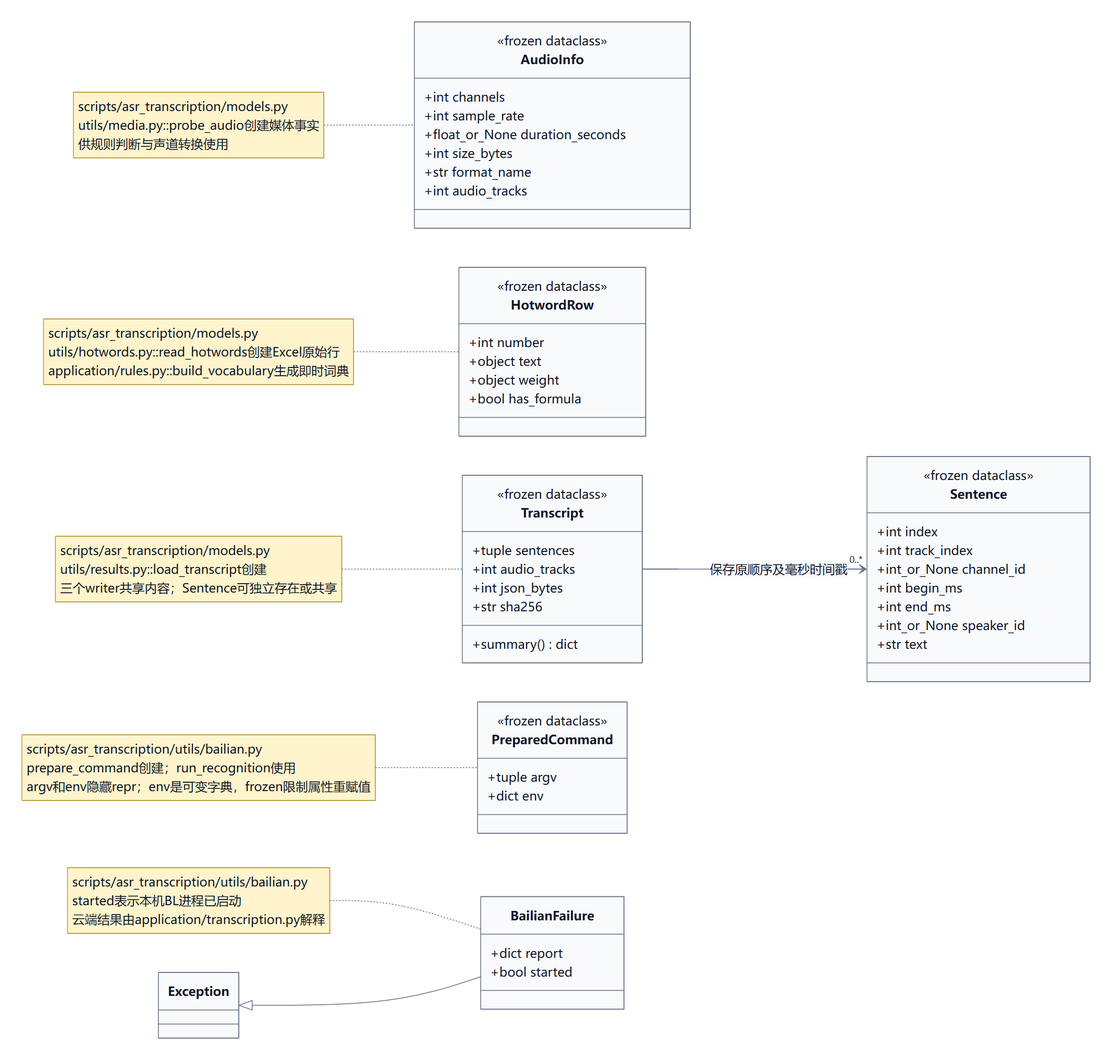
This is doc/uml/01b-data.png from hx101700/asr-agent, a Mermaid export, as it was before one commit. Its source is kept beside it as doc/uml/01b-data.mmd.
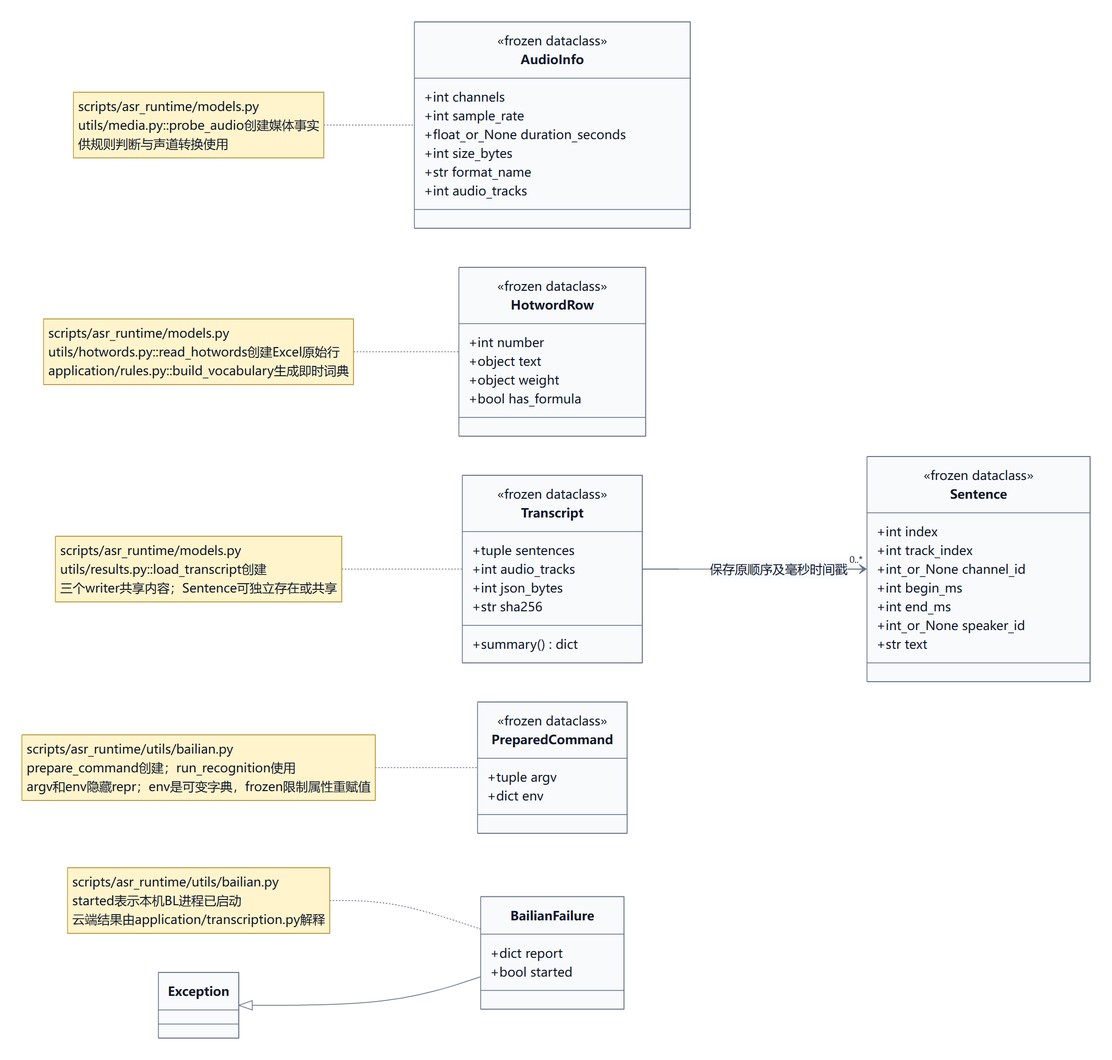
The same diagram one commit later.

The edit, as a diff of the source:
```diff
@@ -46,8 +46,8 @@
 class Exception
 Transcript --> "0..*" Sentence : 保存原顺序及毫秒时间戳
 Exception <|-- BailianFailure
-note for AudioInfo "scripts/asr_transcription/models.py<br/>utils/media.py::probe_audio创建媒体事实<br/>供规则判断与声道转换使用"
-note for HotwordRow "scripts/asr_transcription/models.py<br/>utils/hotwords.py::read_hotwords创建Excel原始行<br/>application/rules.py::build_vocabulary生成即时词典"
-note for Transcript "scripts/asr_transcription/models.py<br/>utils/results.py::load_transcript创建<br/>三个writer共享内容；Sentence可独立存在或共享"
-note for PreparedCommand "scripts/asr_transcription/utils/bailian.py<br/>prepare_command创建；run_recognition使用<br/>argv和env隐藏repr；env是可变字典，frozen限制属性重赋值"
-note for BailianFailure "scripts/asr_transcription/utils/bailian.py<br/>started表示本机BL进程已启动<br/>云端结果由application/transcription.py解释"
+note for AudioInfo "scripts/asr_runtime/models.py<br/>utils/media.py::probe_audio创建媒体事实<br/>供规则判断与声道转换使用"
+note for HotwordRow "scripts/asr_runtime/models.py<br/>utils/hotwords.py::read_hotwords创建Excel原始行<br/>application/rules.py::build_vocabulary生成即时词典"
+note for Transcript "scripts/asr_runtime/models.py<br/>utils/results.py::load_transcript创建<br/>三个writer共享内容；Sentence可独立存在或共享"
+note for PreparedCommand "scripts/asr_runtime/utils/bailian.py<br/>prepare_command创建；run_recognition使用<br/>argv和env隐藏repr；env是可变字典，frozen限制属性重赋值"
+note for BailianFailure "scripts/asr_runtime/utils/bailian.py<br/>started表示本机BL进程已启动<br/>云端结果由application/transcription.py解释"
```
